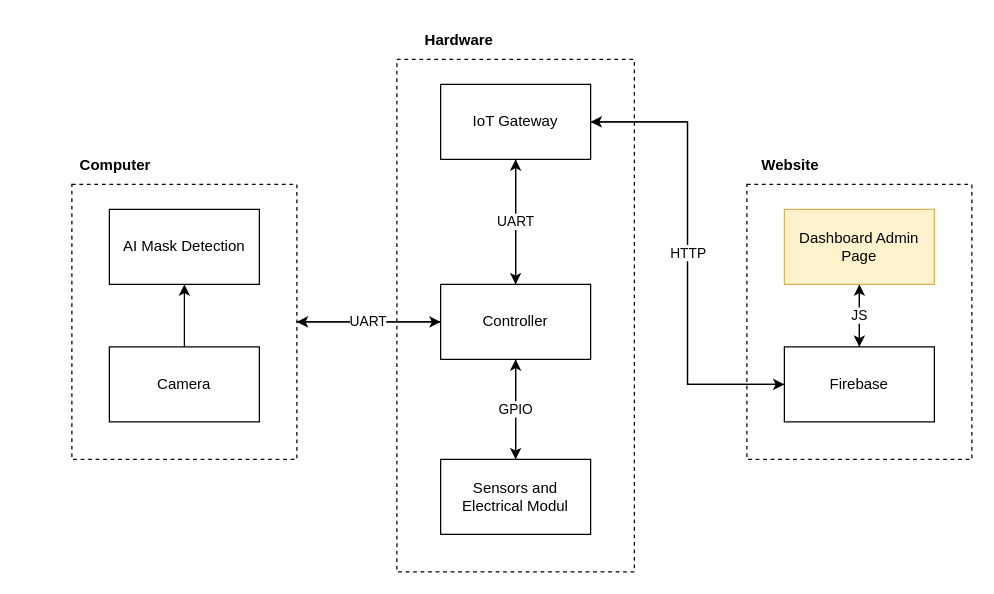
Earlier version of the draw.io diagram Docs/architecture_approkes.drawio (ahmadaziz6720/hackfest_meocon). Source tidied: cells renumbered, new cells numbered last; positions are measured from the earlier drawing's top-left corner, leaving out a move shared by most shapes. Both pictures are drawn from the tidied source at 125%, with x=0, y=0 at pixel (71, 21).
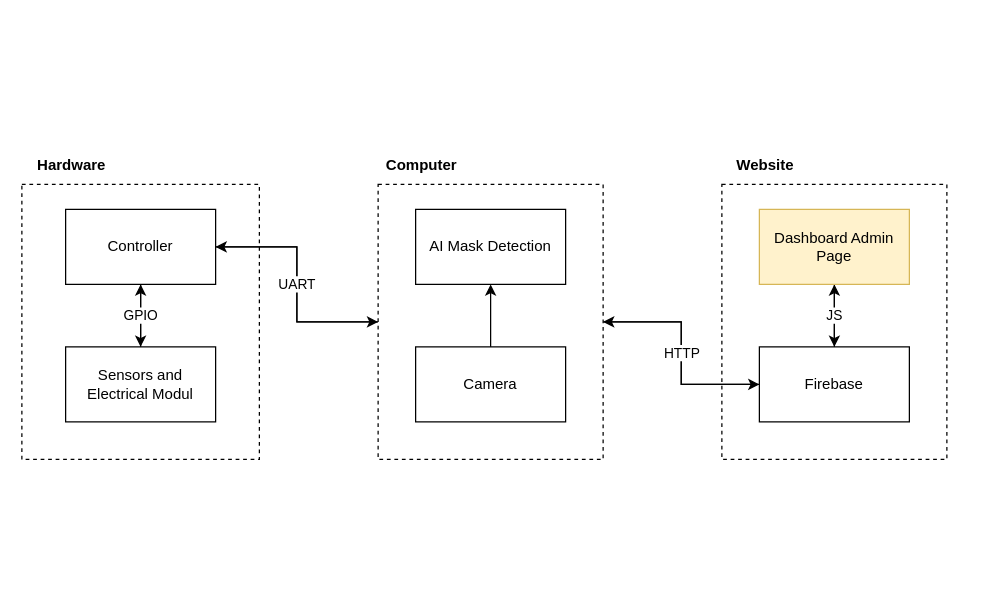
The same page after the edit.

What changed in the source:
```diff
@@
     <mxCell id="2" style="rounded=0;whiteSpace=wrap;html=1;dashed=1;" parent="1" vertex="1">
-      <mxGeometry x="540" y="130" width="180" height="220" as="geometry" />
+      <mxGeometry x="520" y="130" width="180" height="220" as="geometry" />
     </mxCell>
     <mxCell id="3" style="rounded=0;whiteSpace=wrap;html=1;dashed=1;" parent="1" vertex="1">
-      <mxGeometry x="260" y="30" width="190" height="410" as="geometry" />
+      <mxGeometry x="-40" y="130" width="190" height="220" as="geometry" />
     </mxCell>
-    <mxCell id="4" style="edgeStyle=orthogonalEdgeStyle;rounded=0;jettySize=auto;html=1;exitX=1;exitY=0.5;exitDx=0;exitDy=0;entryX=0;entryY=0.5;entryDx=0;entryDy=0;" parent="1" edge="1" source="5" target="9">
+    <mxCell id="4" style="edgeStyle=orthogonalEdgeStyle;rounded=0;jettySize=auto;html=1;exitX=0;exitY=0.5;exitDx=0;exitDy=0;entryX=1;entryY=0.5;entryDx=0;entryDy=0;" parent="1" edge="1" source="5" target="9">
       <mxGeometry relative="1" as="geometry" />
     </mxCell>
+    <mxCell id="26" style="edgeStyle=orthogonalEdgeStyle;rounded=0;jettySize=auto;html=1;exitX=1;exitY=0.5;exitDx=0;exitDy=0;" parent="1" edge="1" source="5" target="15">
+      <mxGeometry relative="1" as="geometry" />
+    </mxCell>
     <mxCell id="5" style="rounded=0;whiteSpace=wrap;html=1;dashed=1;" parent="1" vertex="1">
-      <mxGeometry y="130" width="180" height="220" as="geometry" />
+      <mxGeometry x="245" y="130" width="180" height="220" as="geometry" />
     </mxCell>
-    <mxCell id="6" style="edgeStyle=orthogonalEdgeStyle;rounded=0;jettySize=auto;html=1;exitX=0.5;exitY=0;exitDx=0;exitDy=0;entryX=0.5;entryY=1;entryDx=0;entryDy=0;" parent="1" edge="1" source="9" target="12">
-      <mxGeometry relative="1" as="geometry" />
-    </mxCell>
+    <mxCell id="8" style="edgeStyle=orthogonalEdgeStyle;rounded=0;jettySize=auto;html=1;exitX=0.5;exitY=1;exitDx=0;exitDy=0;" parent="1" edge="1" source="9" target="19">
+      <mxGeometry relative="1" as="geometry" />
+    </mxCell>
-    <mxCell id="7" value="UART" style="edgeStyle=orthogonalEdgeStyle;rounded=0;jettySize=auto;html=1;exitX=0;exitY=0.5;exitDx=0;exitDy=0;" parent="1" edge="1" source="9" target="5">
+    <mxCell id="7" value="UART" style="edgeStyle=orthogonalEdgeStyle;rounded=0;jettySize=auto;html=1;exitX=1;exitY=0.5;exitDx=0;exitDy=0;entryX=0;entryY=0.5;entryDx=0;entryDy=0;" parent="1" edge="1" source="9" target="5">
       <mxGeometry relative="1" as="geometry" />
     </mxCell>
-    <mxCell id="8" style="edgeStyle=orthogonalEdgeStyle;rounded=0;jettySize=auto;html=1;exitX=0.5;exitY=1;exitDx=0;exitDy=0;" parent="1" edge="1" source="9" target="19">
-      <mxGeometry relative="1" as="geometry" />
-    </mxCell>
     <mxCell id="9" value="Controller" style="rounded=0;whiteSpace=wrap;html=1;" parent="1" vertex="1">
-      <mxGeometry x="295" y="210" width="120" height="60" as="geometry" />
+      <mxGeometry x="-5" y="150" width="120" height="60" as="geometry" />
     </mxCell>
-    <mxCell id="10" style="edgeStyle=orthogonalEdgeStyle;rounded=0;jettySize=auto;html=1;exitX=1;exitY=0.5;exitDx=0;exitDy=0;entryX=0;entryY=0.5;entryDx=0;entryDy=0;" parent="1" edge="1" source="12" target="15">
-      <mxGeometry relative="1" as="geometry" />
-    </mxCell>
-    <mxCell id="11" value="UART" style="edgeStyle=orthogonalEdgeStyle;rounded=0;jettySize=auto;html=1;" parent="1" edge="1" source="12" target="9">
-      <mxGeometry relative="1" as="geometry" />
-    </mxCell>
-    <mxCell id="12" value="IoT Gateway" style="rounded=0;whiteSpace=wrap;html=1;" parent="1" vertex="1">
-      <mxGeometry x="295" y="50" width="120" height="60" as="geometry" />
-    </mxCell>
@@
-    <mxCell id="14" value="HTTP" style="edgeStyle=orthogonalEdgeStyle;rounded=0;jettySize=auto;html=1;exitX=0;exitY=0.5;exitDx=0;exitDy=0;entryX=1;entryY=0.5;entryDx=0;entryDy=0;" parent="1" edge="1" source="15" target="12">
+    <mxCell id="14" value="HTTP" style="edgeStyle=orthogonalEdgeStyle;rounded=0;jettySize=auto;html=1;exitX=0;exitY=0.5;exitDx=0;exitDy=0;entryX=1;entryY=0.5;entryDx=0;entryDy=0;" parent="1" edge="1" source="15" target="5">
       <mxGeometry relative="1" as="geometry" />
     </mxCell>
     <mxCell id="15" value="Firebase" style="rounded=0;whiteSpace=wrap;html=1;" parent="1" vertex="1">
-      <mxGeometry x="570" y="260" width="120" height="60" as="geometry" />
+      <mxGeometry x="550" y="260" width="120" height="60" as="geometry" />
     </mxCell>
@@
     <mxCell id="17" value="Dashboard Admin Page" style="rounded=0;whiteSpace=wrap;html=1;fillColor=#fff2cc;strokeColor=#d6b656;" parent="1" vertex="1">
-      <mxGeometry x="570" y="150" width="120" height="60" as="geometry" />
+      <mxGeometry x="550" y="150" width="120" height="60" as="geometry" />
     </mxCell>
@@
     <mxCell id="19" value="Sensors and Electrical Modul" style="rounded=0;whiteSpace=wrap;html=1;" parent="1" vertex="1">
-      <mxGeometry x="295" y="350" width="120" height="60" as="geometry" />
+      <mxGeometry x="-5" y="260" width="120" height="60" as="geometry" />
     </mxCell>
@@
     <mxCell id="21" value="Camera" style="rounded=0;whiteSpace=wrap;html=1;" parent="1" vertex="1">
-      <mxGeometry x="30" y="260" width="120" height="60" as="geometry" />
+      <mxGeometry x="275" y="260" width="120" height="60" as="geometry" />
     </mxCell>
     <mxCell id="22" value="AI Mask Detection" style="rounded=0;whiteSpace=wrap;html=1;" parent="1" vertex="1">
-      <mxGeometry x="30" y="150" width="120" height="60" as="geometry" />
+      <mxGeometry x="275" y="150" width="120" height="60" as="geometry" />
     </mxCell>
     <mxCell id="23" value="&lt;b&gt;Computer&lt;/b&gt;" style="text;html=1;strokeColor=none;fillColor=none;align=center;verticalAlign=middle;whiteSpace=wrap;rounded=0;" parent="1" vertex="1">
-      <mxGeometry y="100" width="70" height="30" as="geometry" />
+      <mxGeometry x="245" y="100" width="70" height="30" as="geometry" />
     </mxCell>
     <mxCell id="24" value="&lt;b&gt;Hardware&lt;/b&gt;" style="text;html=1;strokeColor=none;fillColor=none;align=center;verticalAlign=middle;whiteSpace=wrap;rounded=0;" parent="1" vertex="1">
-      <mxGeometry x="270" width="80" height="30" as="geometry" />
+      <mxGeometry x="-40" y="100" width="80" height="30" as="geometry" />
     </mxCell>
     <mxCell id="25" value="&lt;b&gt;Website&lt;/b&gt;" style="text;html=1;strokeColor=none;fillColor=none;align=center;verticalAlign=middle;whiteSpace=wrap;rounded=0;" parent="1" vertex="1">
-      <mxGeometry x="540" y="100" width="70" height="30" as="geometry" />
+      <mxGeometry x="520" y="100" width="70" height="30" as="geometry" />
     </mxCell>
```
